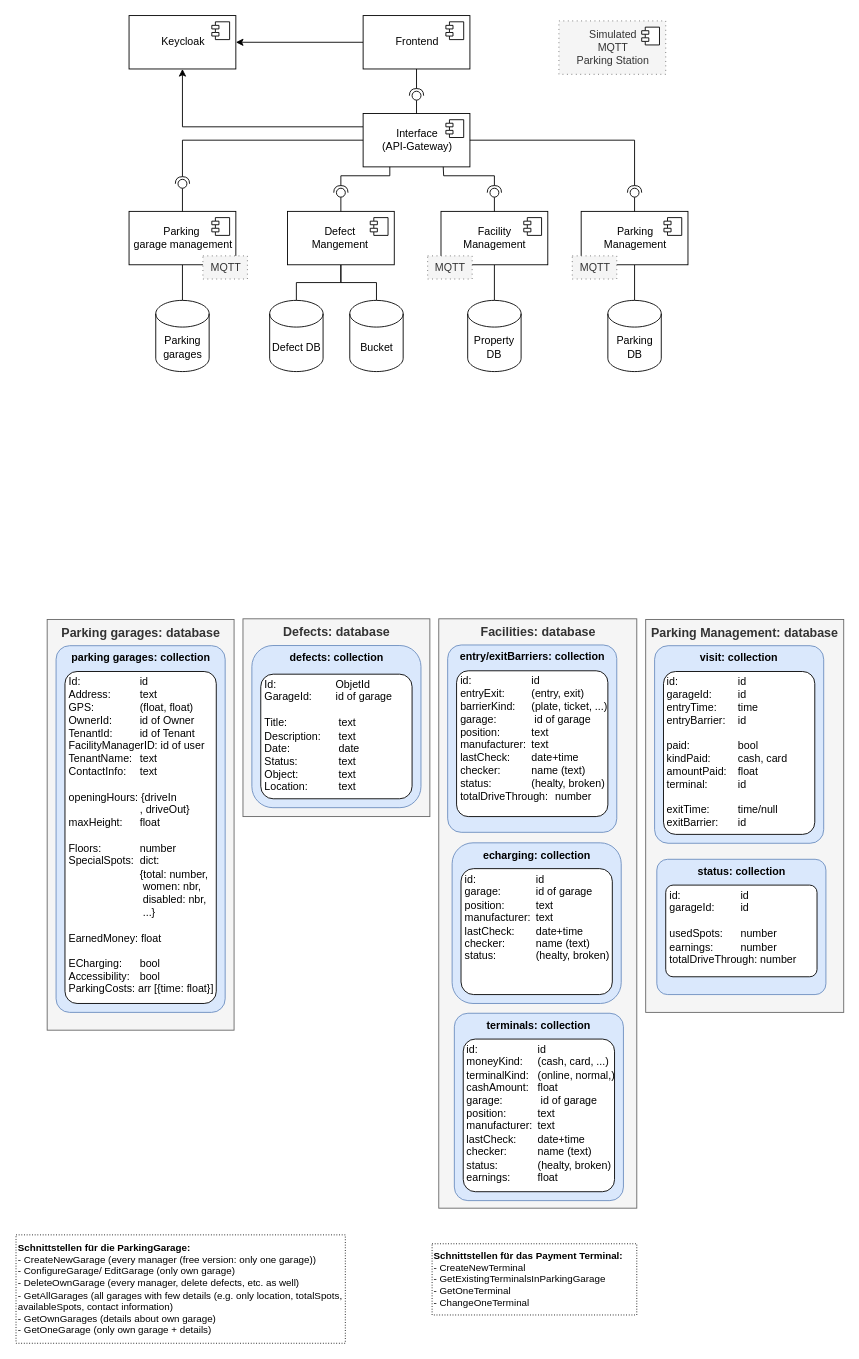
This is page "Architektur" (4 of 8) of docu/parking_management.drawio from msi-cad-vw/.github, a draw.io file, before an edit. Source tidied: cells renumbered, new cells numbered last; positions are measured from the earlier drawing's top-left corner, leaving out a move shared by most shapes. Both pictures are drawn from the tidied source at 89%, with x=0, y=0 at pixel (15, 15).
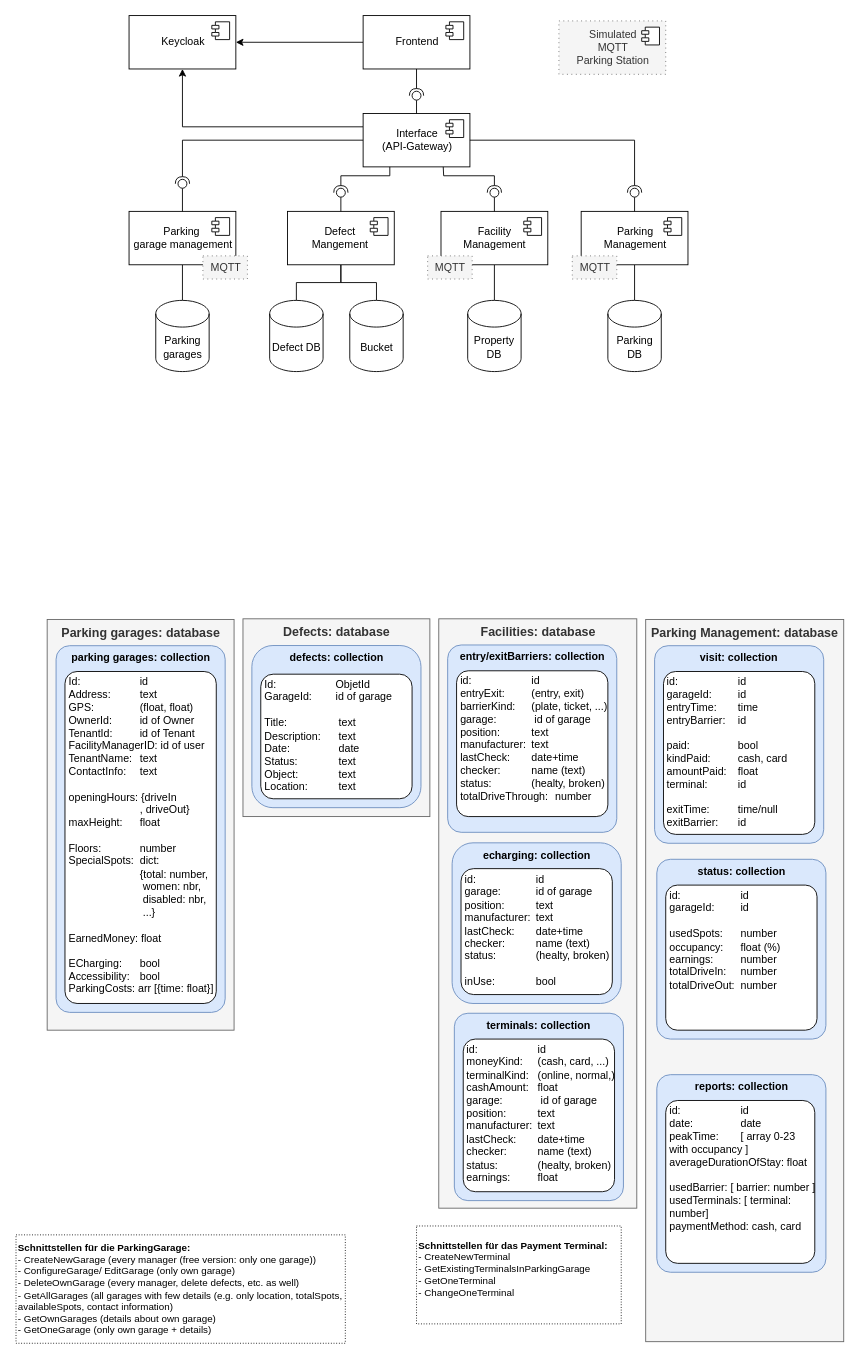
The same page after the edit.

Change to the diagram source:
```diff
@@
-    <mxCell id="50" value="&lt;div style=&quot;text-align: center;&quot;&gt;&lt;/div&gt;id:&lt;span style=&quot;&quot;&gt;&#9;&lt;span style=&quot;white-space: pre;&quot;&gt;&#9;&lt;/span&gt;&lt;span style=&quot;white-space: pre;&quot;&gt;&#9;&lt;/span&gt;&lt;span style=&quot;white-space: pre;&quot;&gt;&#9;&lt;/span&gt;&lt;/span&gt;id&lt;br&gt;garage:&lt;span style=&quot;&quot;&gt;&#9;&lt;span style=&quot;white-space: pre;&quot;&gt;&#9;&lt;/span&gt;&lt;span style=&quot;white-space: pre;&quot;&gt;&#9;&lt;/span&gt;&lt;/span&gt;id of garage&lt;br&gt;position:&lt;span style=&quot;white-space: pre;&quot;&gt;&#9;&lt;/span&gt;&lt;span style=&quot;white-space: pre;&quot;&gt;&#9;&lt;/span&gt;text&lt;br&gt;manufacturer:&lt;span style=&quot;&quot;&gt;&#9;&lt;span style=&quot;white-space: pre;&quot;&gt;&#9;&lt;/span&gt;&lt;/span&gt;text&lt;br&gt;lastCheck:&lt;span style=&quot;&quot;&gt;&#9;&lt;span style=&quot;white-space: pre;&quot;&gt;&#9;&lt;/span&gt;&lt;/span&gt;date+time&lt;br&gt;checker:&lt;span style=&quot;white-space: pre;&quot;&gt;&#9;&lt;/span&gt;&lt;span style=&quot;white-space: pre;&quot;&gt;&#9;&lt;/span&gt;name (text)&lt;br&gt;status:&lt;span style=&quot;white-space: pre;&quot;&gt;&#9;&lt;/span&gt;&lt;span style=&quot;white-space: pre;&quot;&gt;&#9;&lt;/span&gt;(healty, broken)" style="rounded=1;whiteSpace=wrap;html=1;verticalAlign=top;align=left;spacingLeft=4;spacing=0;spacingTop=0;arcSize=10;" parent="1" vertex="1">
+    <mxCell id="50" value="&lt;div style=&quot;text-align: center;&quot;&gt;&lt;/div&gt;id:&lt;span style=&quot;&quot;&gt;&#9;&lt;span style=&quot;white-space: pre;&quot;&gt;&#9;&lt;/span&gt;&lt;span style=&quot;white-space: pre;&quot;&gt;&#9;&lt;/span&gt;&lt;span style=&quot;white-space: pre;&quot;&gt;&#9;&lt;/span&gt;&lt;/span&gt;id&lt;br&gt;garage:&lt;span style=&quot;&quot;&gt;&#9;&lt;span style=&quot;white-space: pre;&quot;&gt;&#9;&lt;/span&gt;&lt;span style=&quot;white-space: pre;&quot;&gt;&#9;&lt;/span&gt;&lt;/span&gt;id of garage&lt;br&gt;position:&lt;span style=&quot;white-space: pre;&quot;&gt;&#9;&lt;/span&gt;&lt;span style=&quot;white-space: pre;&quot;&gt;&#9;&lt;/span&gt;text&lt;br&gt;manufacturer:&lt;span style=&quot;&quot;&gt;&#9;&lt;span style=&quot;white-space: pre;&quot;&gt;&#9;&lt;/span&gt;&lt;/span&gt;text&lt;br&gt;lastCheck:&lt;span style=&quot;&quot;&gt;&#9;&lt;span style=&quot;white-space: pre;&quot;&gt;&#9;&lt;/span&gt;&lt;/span&gt;date+time&lt;br&gt;checker:&lt;span style=&quot;white-space: pre;&quot;&gt;&#9;&lt;/span&gt;&lt;span style=&quot;white-space: pre;&quot;&gt;&#9;&lt;/span&gt;name (text)&lt;br&gt;status:&lt;span style=&quot;white-space: pre;&quot;&gt;&#9;&lt;/span&gt;&lt;span style=&quot;white-space: pre;&quot;&gt;&#9;&lt;/span&gt;(healty, broken)&lt;br&gt;&lt;br&gt;inUse:&lt;span style=&quot;white-space: pre;&quot;&gt;&#9;&lt;/span&gt;&lt;span style=&quot;white-space: pre;&quot;&gt;&#9;&lt;/span&gt;bool" style="rounded=1;whiteSpace=wrap;html=1;verticalAlign=top;align=left;spacingLeft=4;spacing=0;spacingTop=0;arcSize=10;" parent="1" vertex="1">
       <mxGeometry x="500.5" y="958.5" width="170" height="141.5" as="geometry" />
     </mxCell>
-    <mxCell id="51" value="&lt;b&gt;Schnittstellen für das Payment Terminal:&lt;/b&gt;&lt;br&gt;- CreateNewTerminal&lt;br&gt;- GetExistingTerminalsInParkingGarage&lt;br&gt;- GetOneTerminal&lt;br&gt;- ChangeOneTerminal" style="rounded=0;whiteSpace=wrap;html=1;dashed=1;dashPattern=1 2;fontSize=11;fontColor=#000000;align=left;" parent="1" vertex="1">
-      <mxGeometry x="468" y="1380" width="230" height="80" as="geometry" />
+    <mxCell id="51" value="&lt;b&gt;Schnittstellen für das Payment Terminal:&lt;/b&gt;&lt;br&gt;- CreateNewTerminal&lt;br&gt;- GetExistingTerminalsInParkingGarage&lt;br&gt;- GetOneTerminal&lt;br&gt;- ChangeOneTerminal&lt;br&gt;&lt;br&gt;" style="rounded=0;whiteSpace=wrap;html=1;dashed=1;dashPattern=1 2;fontSize=11;fontColor=#000000;align=left;" parent="1" vertex="1">
+      <mxGeometry x="450.5" y="1360" width="230" height="110" as="geometry" />
     </mxCell>
@@
     <mxCell id="61" value="&lt;b&gt;&lt;font style=&quot;font-size: 14px;&quot;&gt;Parking Management: database&lt;/font&gt;&lt;/b&gt;" style="rounded=0;whiteSpace=wrap;html=1;verticalAlign=top;fillColor=#f5f5f5;strokeColor=#666666;fontColor=#333333;" parent="1" vertex="1">
-      <mxGeometry x="708" y="678.5" width="222.5" height="441.5" as="geometry" />
+      <mxGeometry x="708" y="678.5" width="222.5" height="811.5" as="geometry" />
     </mxCell>
@@
     <mxCell id="64" value="status: collection" style="rounded=1;whiteSpace=wrap;html=1;verticalAlign=top;arcSize=8;fontStyle=1;fillColor=#dae8fc;strokeColor=#6c8ebf;" parent="1" vertex="1">
-      <mxGeometry x="720.5" y="948" width="190" height="152" as="geometry" />
+      <mxGeometry x="720.5" y="948" width="190" height="202" as="geometry" />
     </mxCell>
-    <mxCell id="65" value="&lt;div style=&quot;text-align: center;&quot;&gt;&lt;/div&gt;id:&lt;span style=&quot;&quot;&gt;&#9;&lt;span style=&quot;white-space: pre;&quot;&gt;&#9;&lt;/span&gt;&lt;span style=&quot;white-space: pre;&quot;&gt;&#9;&lt;/span&gt;&lt;span style=&quot;white-space: pre;&quot;&gt;&#9;&lt;/span&gt;&lt;/span&gt;id&lt;br&gt;garageId:&lt;span style=&quot;white-space: pre;&quot;&gt;&#9;&lt;/span&gt;&lt;span style=&quot;white-space: pre;&quot;&gt;&#9;&lt;/span&gt;id&lt;br&gt;&lt;br&gt;usedSpots:&lt;span style=&quot;white-space: pre;&quot;&gt;&#9;&lt;/span&gt;number&lt;br&gt;earnings:&lt;span style=&quot;white-space: pre;&quot;&gt;&#9;&lt;/span&gt;&lt;span style=&quot;white-space: pre;&quot;&gt;&#9;&lt;/span&gt;number&lt;br&gt;totalDriveThrough: number" style="rounded=1;whiteSpace=wrap;html=1;verticalAlign=top;align=left;spacingLeft=4;spacing=0;spacingTop=0;arcSize=8;" parent="1" vertex="1">
-      <mxGeometry x="730.5" y="977" width="170" height="103" as="geometry" />
+    <mxCell id="65" value="&lt;div style=&quot;text-align: center;&quot;&gt;&lt;/div&gt;id:&lt;span style=&quot;&quot;&gt;&#9;&lt;span style=&quot;white-space: pre;&quot;&gt;&#9;&lt;/span&gt;&lt;span style=&quot;white-space: pre;&quot;&gt;&#9;&lt;/span&gt;&lt;span style=&quot;white-space: pre;&quot;&gt;&#9;&lt;/span&gt;&lt;/span&gt;id&lt;br&gt;garageId:&lt;span style=&quot;white-space: pre;&quot;&gt;&#9;&lt;/span&gt;&lt;span style=&quot;white-space: pre;&quot;&gt;&#9;&lt;/span&gt;id&lt;br&gt;&lt;br&gt;usedSpots:&lt;span style=&quot;white-space: pre;&quot;&gt;&#9;&lt;/span&gt;number&lt;br&gt;occupancy:&lt;span style=&quot;white-space: pre;&quot;&gt;&#9;&lt;/span&gt;float (%)&lt;br&gt;earnings:&lt;span style=&quot;white-space: pre;&quot;&gt;&#9;&lt;/span&gt;&lt;span style=&quot;white-space: pre;&quot;&gt;&#9;&lt;/span&gt;number&lt;br&gt;totalDriveIn: &lt;span style=&quot;white-space: pre;&quot;&gt;&#9;&lt;/span&gt;number&lt;br&gt;totalDriveOut:&lt;span style=&quot;white-space: pre;&quot;&gt;&#9;&lt;/span&gt;number" style="rounded=1;whiteSpace=wrap;html=1;verticalAlign=top;align=left;spacingLeft=4;spacing=0;spacingTop=0;arcSize=8;" parent="1" vertex="1">
+      <mxGeometry x="730.5" y="977" width="170" height="163" as="geometry" />
     </mxCell>
@@
+    <mxCell id="68" value="reports: collection" style="rounded=1;whiteSpace=wrap;html=1;verticalAlign=top;arcSize=8;fontStyle=1;fillColor=#dae8fc;strokeColor=#6c8ebf;" parent="1" vertex="1">
+      <mxGeometry x="720.5" y="1190" width="190" height="222" as="geometry" />
+    </mxCell>
+    <mxCell id="69" value="&lt;div style=&quot;text-align: center;&quot;&gt;&lt;/div&gt;id:&lt;span style=&quot;&quot;&gt;&#9;&lt;span style=&quot;white-space: pre;&quot;&gt;&#9;&lt;/span&gt;&lt;span style=&quot;white-space: pre;&quot;&gt;&#9;&lt;/span&gt;&lt;span style=&quot;white-space: pre;&quot;&gt;&#9;&lt;/span&gt;&lt;/span&gt;id&lt;br&gt;date:&lt;span style=&quot;white-space: pre;&quot;&gt;&#9;&lt;/span&gt;&lt;span style=&quot;white-space: pre;&quot;&gt;&#9;&lt;/span&gt;date&lt;br&gt;peakTime:&lt;span style=&quot;white-space: pre;&quot;&gt;&#9;&lt;/span&gt;[ array 0-23 with occupancy ]&lt;br&gt;averageDurationOfStay: float&lt;br&gt;&lt;br&gt;usedBarrier: [ barrier: number ]&lt;br&gt;usedTerminals: [ terminal: number]&lt;br&gt;paymentMethod: cash, card&lt;br&gt;" style="rounded=1;whiteSpace=wrap;html=1;verticalAlign=top;align=left;spacingLeft=4;spacing=0;spacingTop=0;arcSize=8;" parent="1" vertex="1">
+      <mxGeometry x="730.5" y="1219" width="167.5" height="183" as="geometry" />
+    </mxCell>
```
